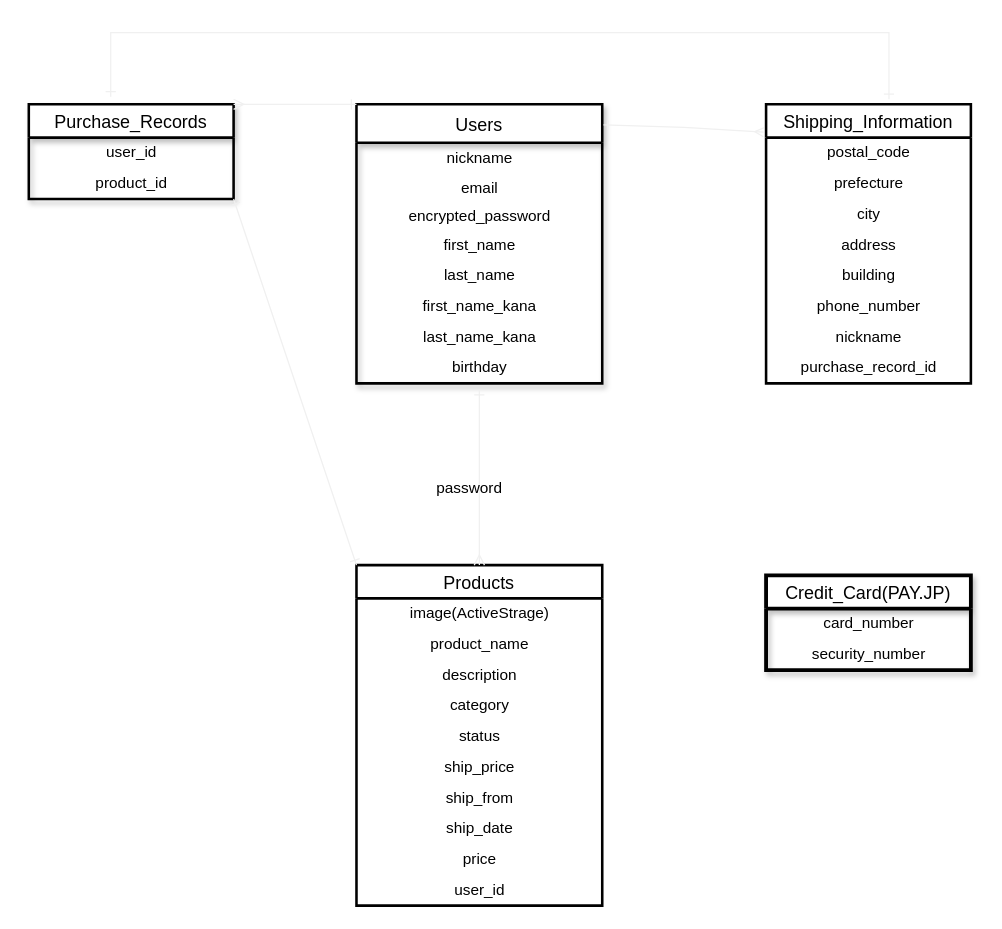
This is ER図.dio from TomokiYatsunami/furima-35529, a draw.io file, before an edit. Source tidied: cells renumbered, new cells numbered last; positions are measured from the earlier drawing's top-left corner, leaving out a move shared by most shapes. Both pictures are drawn from the tidied source at 128%, with x=0, y=0 at pixel (28, 32).
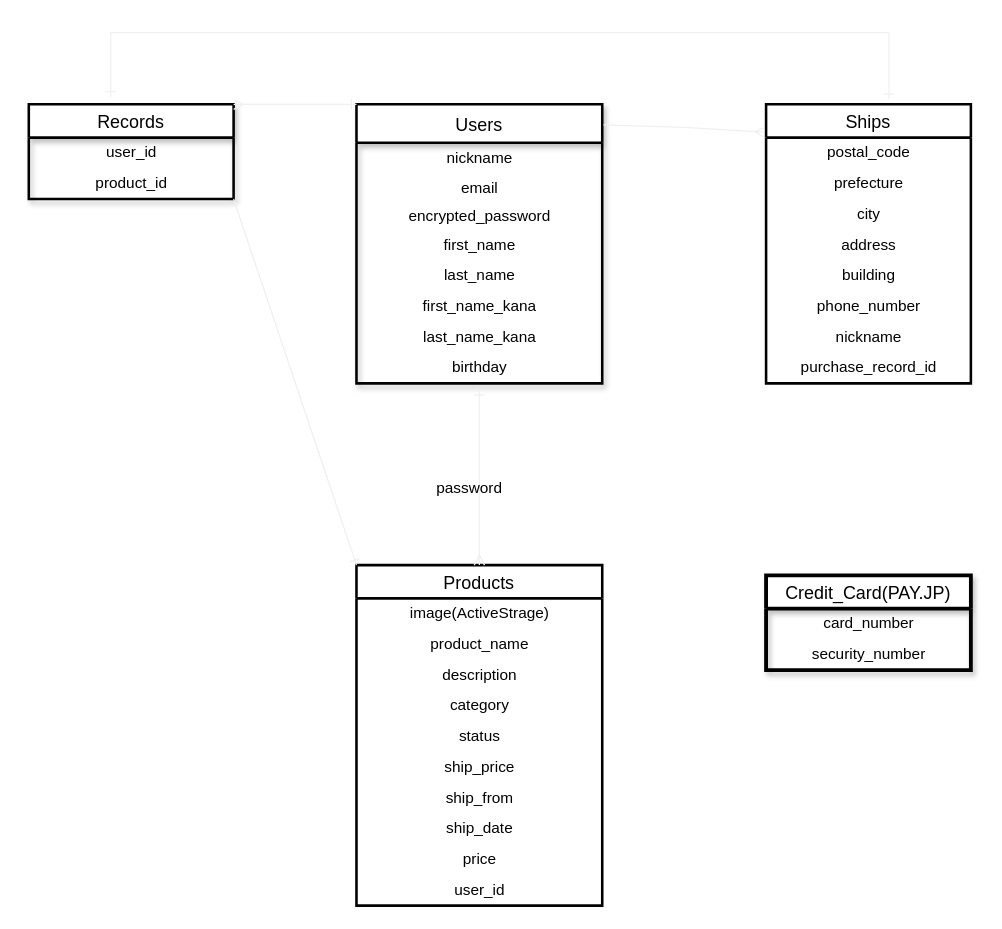
The same diagram, later.

Commit message (it also covers changes not shown here):
テーブル名簡素化によるREADMEとER図の名前変更

メンターの方に質問しユーザー管理機能の時であっても、今のところ問題のない
テーブル名の変更のため許可を頂いた

What changed in the source:
```diff
@@
-    <mxCell id="22" value="Shipping_Information" style="swimlane;fontStyle=0;horizontal=1;startSize=26;align=center;fontSize=14;strokeWidth=2;" parent="1" vertex="1">
+    <mxCell id="22" value="Ships" style="swimlane;fontStyle=0;horizontal=1;startSize=26;align=center;fontSize=14;strokeWidth=2;" parent="1" vertex="1">
       <mxGeometry x="576" y="56" width="160" height="218" as="geometry" />
     </mxCell>
@@
-    <mxCell id="33" value="Purchase_Records" style="swimlane;fontStyle=0;horizontal=1;startSize=26;align=center;fontSize=14;shadow=1;strokeWidth=2;" parent="1" vertex="1">
+    <mxCell id="33" value="Records" style="swimlane;fontStyle=0;horizontal=1;startSize=26;align=center;fontSize=14;shadow=1;strokeWidth=2;" parent="1" vertex="1">
       <mxGeometry y="56" width="160" height="74" as="geometry" />
     </mxCell>
```
